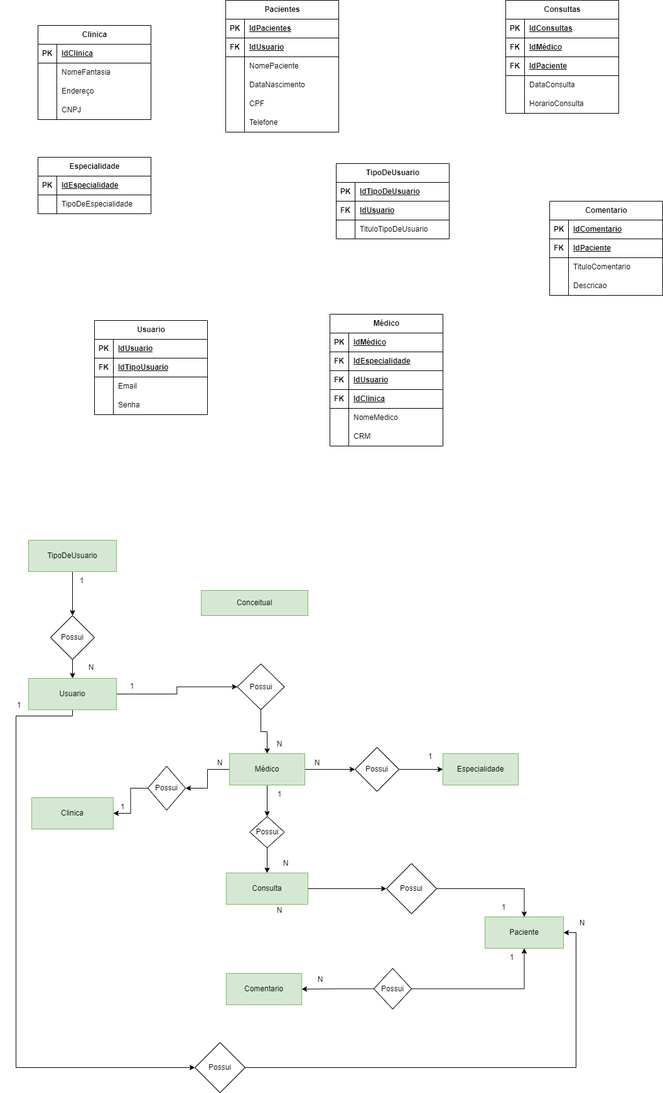
The draw.io diagram Event +/Diagrama sem nome.drawio (1).png in ngoteus/senai_sprrint1, before a commit. Source tidied: cells renumbered, new cells last; positions are measured from the earlier drawing's top-left corner, leaving out a move shared by most shapes.
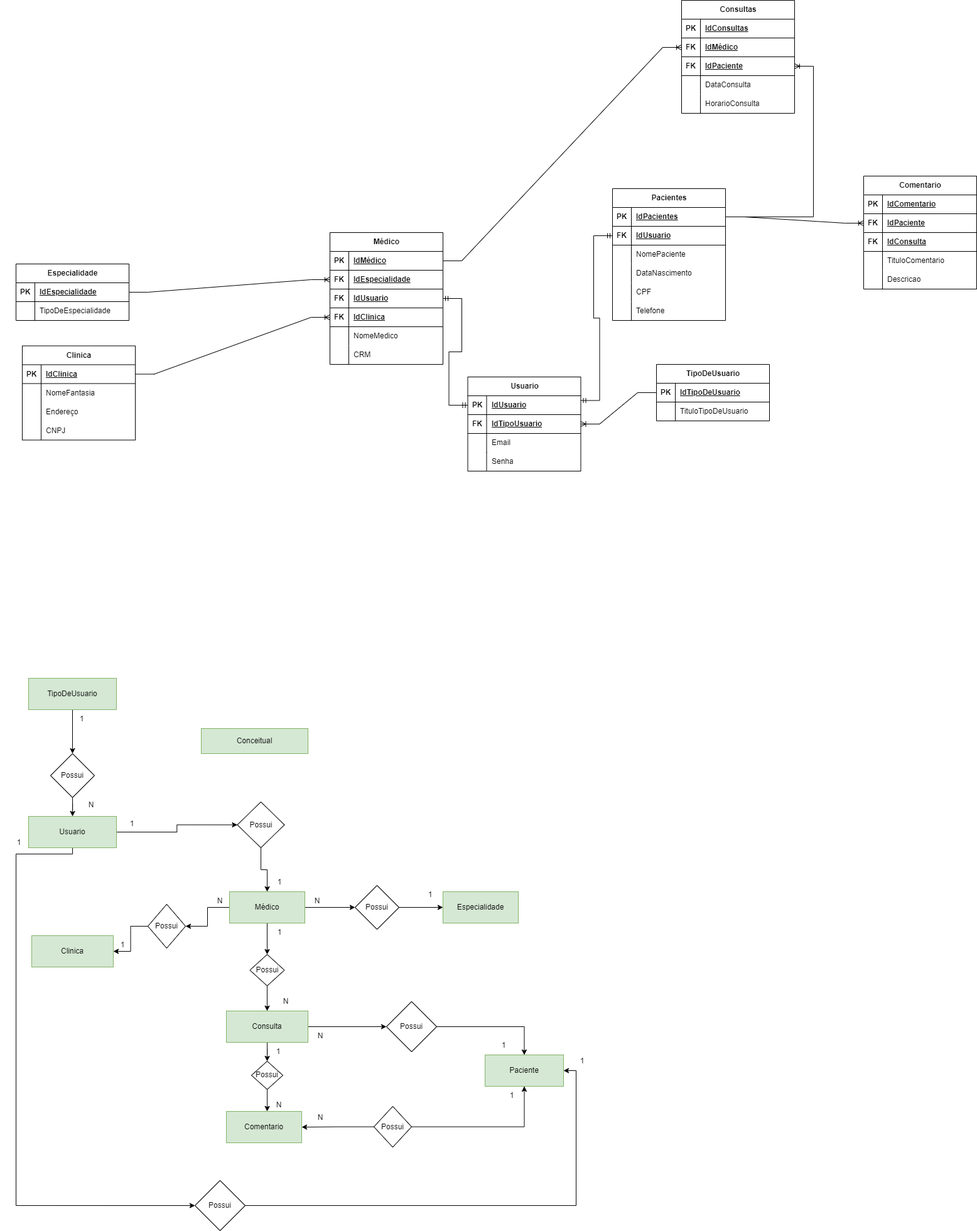
Above is the later version.

The edit, as a diff of the source:
```diff
@@ -47,6 +47,9 @@
     <mxCell id="14" style="edgeStyle=orthogonalEdgeStyle;rounded=0;jettySize=auto;html=1;" parent="1" edge="1" source="15" target="29">
       <mxGeometry relative="1" as="geometry" />
     </mxCell>
+    <mxCell id="161" style="edgeStyle=orthogonalEdgeStyle;rounded=0;jettySize=auto;html=1;" parent="1" edge="1" source="15" target="174">
+      <mxGeometry relative="1" as="geometry" />
+    </mxCell>
     <mxCell id="15" value="Consulta" style="rounded=0;whiteSpace=wrap;html=1;fillColor=#d5e8d4;strokeColor=#82b366;" parent="1" vertex="1">
       <mxGeometry x="360" y="1390" width="130" height="50" as="geometry" />
     </mxCell>
@@ -84,7 +87,7 @@
       <mxGeometry x="772" y="1430" width="60" height="30" as="geometry" />
     </mxCell>
     <mxCell id="27" value="N" style="text;html=1;strokeColor=none;fillColor=none;align=center;verticalAlign=middle;whiteSpace=wrap;rounded=0;" parent="1" vertex="1">
-      <mxGeometry x="425" y="1440" width="40" height="20" as="geometry" />
+      <mxGeometry x="490" y="1420" width="40" height="20" as="geometry" />
     </mxCell>
     <mxCell id="28" style="edgeStyle=orthogonalEdgeStyle;rounded=0;jettySize=auto;html=1;" parent="1" edge="1" source="29" target="25">
       <mxGeometry relative="1" as="geometry" />
@@ -129,7 +132,7 @@
       <mxGeometry x="655" y="1190" width="60" height="30" as="geometry" />
     </mxCell>
     <mxCell id="42" value="Especialidade" style="shape=table;startSize=30;rowLines=0;fontStyle=1;align=center;html=1;" parent="1" vertex="1">
-      <mxGeometry x="60" y="250" width="180" height="90" as="geometry" />
+      <mxGeometry x="25" y="200" width="180" height="90" as="geometry" />
     </mxCell>
     <mxCell id="43" style="shape=tableRow;horizontal=0;startSize=0;swimlaneHead=0;swimlaneBody=0;fillColor=none;points=[[0,0.5],[1,0.5]];portConstraint=eastwest;top=0;left=0;right=0;bottom=1;" parent="42" vertex="1">
       <mxGeometry y="30" width="180" height="30" as="geometry" />
@@ -158,14 +161,14 @@
     <mxCell id="51" value="1" style="text;html=1;strokeColor=none;fillColor=none;align=center;verticalAlign=middle;whiteSpace=wrap;rounded=0;" parent="1" vertex="1">
       <mxGeometry x="180" y="1077.5" width="60" height="30" as="geometry" />
     </mxCell>
-    <mxCell id="52" value="N" style="text;html=1;strokeColor=none;fillColor=none;align=center;verticalAlign=middle;whiteSpace=wrap;rounded=0;" parent="1" vertex="1">
+    <mxCell id="52" value="1" style="text;html=1;strokeColor=none;fillColor=none;align=center;verticalAlign=middle;whiteSpace=wrap;rounded=0;" parent="1" vertex="1">
       <mxGeometry x="415" y="1170" width="60" height="30" as="geometry" />
     </mxCell>
     <mxCell id="53" value="1" style="text;html=1;strokeColor=none;fillColor=none;align=center;verticalAlign=middle;whiteSpace=wrap;rounded=0;" parent="1" vertex="1">
       <mxGeometry x="785" y="1510" width="60" height="30" as="geometry" />
     </mxCell>
     <mxCell id="54" value="TipoDeUsuario" style="shape=table;startSize=30;rowLines=0;fontStyle=1;align=center;html=1;" parent="1" vertex="1">
-      <mxGeometry x="535" y="260" width="180" height="120" as="geometry" />
+      <mxGeometry x="1045" y="360" width="180" height="90" as="geometry" />
     </mxCell>
     <mxCell id="55" style="shape=tableRow;horizontal=0;startSize=0;swimlaneHead=0;swimlaneBody=0;fillColor=none;points=[[0,0.5],[1,0.5]];portConstraint=eastwest;top=0;left=0;right=0;bottom=1;" parent="54" vertex="1">
       <mxGeometry y="30" width="180" height="30" as="geometry" />
@@ -176,17 +179,8 @@
     <mxCell id="57" value="IdTipoDeUsuario" style="shape=partialRectangle;fillColor=none;top=0;left=0;bottom=0;right=0;align=left;spacingLeft=6;fontStyle=5;overflow=hidden;whiteSpace=wrap;html=1;" parent="55" vertex="1">
       <mxGeometry x="30" width="150" height="30" as="geometry" />
     </mxCell>
-    <mxCell id="58" style="shape=tableRow;horizontal=0;startSize=0;swimlaneHead=0;swimlaneBody=0;fillColor=none;top=0;left=0;right=0;bottom=1;" parent="54" vertex="1">
-      <mxGeometry y="60" width="180" height="30" as="geometry" />
-    </mxCell>
-    <mxCell id="59" value="FK" style="shape=partialRectangle;fillColor=none;top=0;left=0;bottom=0;right=0;fontStyle=1;overflow=hidden;whiteSpace=wrap;html=1;" parent="58" vertex="1">
-      <mxGeometry width="30" height="30" as="geometry" />
-    </mxCell>
-    <mxCell id="60" value="IdUsuario" style="shape=partialRectangle;fillColor=none;top=0;left=0;bottom=0;right=0;align=left;spacingLeft=6;fontStyle=5;overflow=hidden;whiteSpace=wrap;html=1;" parent="58" vertex="1">
-      <mxGeometry x="30" width="150" height="30" as="geometry" />
-    </mxCell>
     <mxCell id="61" style="shape=tableRow;horizontal=0;startSize=0;swimlaneHead=0;swimlaneBody=0;fillColor=none;top=0;left=0;right=0;bottom=0;" parent="54" vertex="1">
-      <mxGeometry y="90" width="180" height="30" as="geometry" />
+      <mxGeometry y="60" width="180" height="30" as="geometry" />
     </mxCell>
     <mxCell id="62" style="shape=partialRectangle;fillColor=none;top=0;left=0;bottom=0;right=0;overflow=hidden;whiteSpace=wrap;html=1;" parent="61" vertex="1">
       <mxGeometry width="30" height="30" as="geometry" />
@@ -195,7 +189,7 @@
       <mxGeometry x="30" width="150" height="30" as="geometry" />
     </mxCell>
     <mxCell id="64" value="Usuario" style="shape=table;startSize=30;rowLines=0;fontStyle=1;align=center;html=1;" parent="1" vertex="1">
-      <mxGeometry x="150" y="510" width="180" height="150" as="geometry" />
+      <mxGeometry x="744.5" y="380" width="180" height="150" as="geometry" />
     </mxCell>
     <mxCell id="65" style="shape=tableRow;horizontal=0;startSize=0;swimlaneHead=0;swimlaneBody=0;fillColor=none;points=[[0,0.5],[1,0.5]];portConstraint=eastwest;top=0;left=0;right=0;bottom=1;" parent="64" vertex="1">
       <mxGeometry y="30" width="180" height="30" as="geometry" />
@@ -240,7 +234,7 @@
       <mxGeometry x="310" y="1660" width="80" height="80" as="geometry" />
     </mxCell>
     <mxCell id="79" value="Clinica" style="shape=table;startSize=30;rowLines=0;fontStyle=1;align=center;html=1;" parent="1" vertex="1">
-      <mxGeometry x="60" y="40" width="180" height="150" as="geometry" />
+      <mxGeometry x="35" y="330.5" width="180" height="150" as="geometry" />
     </mxCell>
     <mxCell id="80" style="shape=tableRow;horizontal=0;startSize=0;swimlaneHead=0;swimlaneBody=0;fillColor=none;points=[[0,0.5],[1,0.5]];portConstraint=eastwest;top=0;left=0;right=0;bottom=1;" parent="79" vertex="1">
       <mxGeometry y="30" width="180" height="30" as="geometry" />
@@ -279,7 +273,7 @@
       <mxGeometry x="30" width="150" height="30" as="geometry" />
     </mxCell>
     <mxCell id="92" value="Pacientes" style="shape=table;startSize=30;rowLines=0;fontStyle=1;align=center;html=1;" parent="1" vertex="1">
-      <mxGeometry x="359" width="180" height="210" as="geometry" />
+      <mxGeometry x="975" y="80" width="180" height="210" as="geometry" />
     </mxCell>
     <mxCell id="93" style="shape=tableRow;horizontal=0;startSize=0;swimlaneHead=0;swimlaneBody=0;fillColor=none;points=[[0,0.5],[1,0.5]];portConstraint=eastwest;top=0;left=0;right=0;bottom=1;" parent="92" vertex="1">
       <mxGeometry y="30" width="180" height="30" as="geometry" />
@@ -335,14 +329,14 @@
     <mxCell id="110" value="Telefone" style="shape=partialRectangle;fillColor=none;top=0;left=0;bottom=0;right=0;align=left;spacingLeft=6;overflow=hidden;whiteSpace=wrap;html=1;" parent="108" vertex="1">
       <mxGeometry x="30" width="150" height="30" as="geometry" />
     </mxCell>
-    <mxCell id="111" value="N" style="text;html=1;strokeColor=none;fillColor=none;align=center;verticalAlign=middle;whiteSpace=wrap;rounded=0;" parent="1" vertex="1">
+    <mxCell id="111" value="1" style="text;html=1;strokeColor=none;fillColor=none;align=center;verticalAlign=middle;whiteSpace=wrap;rounded=0;" parent="1" vertex="1">
       <mxGeometry x="897" y="1455" width="60" height="30" as="geometry" />
     </mxCell>
     <mxCell id="112" value="1" style="text;html=1;strokeColor=none;fillColor=none;align=center;verticalAlign=middle;whiteSpace=wrap;rounded=0;" parent="1" vertex="1">
       <mxGeometry y="1107.5" width="60" height="30" as="geometry" />
     </mxCell>
     <mxCell id="113" value="Médico" style="shape=table;startSize=30;rowLines=0;fontStyle=1;align=center;html=1;" parent="1" vertex="1">
-      <mxGeometry x="525" y="500" width="180" height="210" as="geometry" />
+      <mxGeometry x="525" y="150" width="180" height="210" as="geometry" />
     </mxCell>
     <mxCell id="114" style="shape=tableRow;horizontal=0;startSize=0;swimlaneHead=0;swimlaneBody=0;fillColor=none;points=[[0,0.5],[1,0.5]];portConstraint=eastwest;top=0;left=0;right=0;bottom=1;" parent="113" vertex="1">
       <mxGeometry y="30" width="180" height="30" as="geometry" />
@@ -399,7 +393,7 @@
       <mxGeometry x="30" width="150" height="30" as="geometry" />
     </mxCell>
     <mxCell id="132" value="Consultas" style="shape=table;startSize=30;rowLines=0;fontStyle=1;align=center;html=1;" parent="1" vertex="1">
-      <mxGeometry x="805" width="180" height="180" as="geometry" />
+      <mxGeometry x="1085" y="-220" width="180" height="180" as="geometry" />
     </mxCell>
     <mxCell id="133" style="shape=tableRow;horizontal=0;startSize=0;swimlaneHead=0;swimlaneBody=0;fillColor=none;top=0;left=0;right=0;bottom=1;" parent="132" vertex="1">
       <mxGeometry y="30" width="180" height="30" as="geometry" />
@@ -447,7 +441,7 @@
       <mxGeometry x="30" width="150" height="30" as="geometry" />
     </mxCell>
     <mxCell id="148" value="Comentario" style="shape=table;startSize=30;rowLines=0;fontStyle=1;align=center;html=1;" parent="1" vertex="1">
-      <mxGeometry x="875" y="320" width="180" height="150" as="geometry" />
+      <mxGeometry x="1375" y="60" width="180" height="180" as="geometry" />
     </mxCell>
     <mxCell id="149" style="shape=tableRow;horizontal=0;startSize=0;swimlaneHead=0;swimlaneBody=0;fillColor=none;points=[[0,0.5],[1,0.5]];portConstraint=eastwest;top=0;left=0;right=0;bottom=1;" parent="148" vertex="1">
       <mxGeometry y="30" width="180" height="30" as="geometry" />
@@ -467,8 +461,17 @@
     <mxCell id="154" value="IdPaciente" style="shape=partialRectangle;fillColor=none;top=0;left=0;bottom=0;right=0;align=left;spacingLeft=6;fontStyle=5;overflow=hidden;whiteSpace=wrap;html=1;" parent="152" vertex="1">
       <mxGeometry x="30" width="150" height="30" as="geometry" />
     </mxCell>
+    <mxCell id="162" style="shape=tableRow;horizontal=0;startSize=0;swimlaneHead=0;swimlaneBody=0;fillColor=none;top=0;left=0;right=0;bottom=1;" parent="148" vertex="1">
+      <mxGeometry y="90" width="180" height="30" as="geometry" />
+    </mxCell>
+    <mxCell id="59" value="FK" style="shape=partialRectangle;fillColor=none;top=0;left=0;bottom=0;right=0;fontStyle=1;overflow=hidden;whiteSpace=wrap;html=1;" parent="162" vertex="1">
+      <mxGeometry width="30" height="30" as="geometry" />
+    </mxCell>
+    <mxCell id="163" value="IdConsulta" style="shape=partialRectangle;fillColor=none;top=0;left=0;bottom=0;right=0;align=left;spacingLeft=6;fontStyle=5;overflow=hidden;whiteSpace=wrap;html=1;" parent="162" vertex="1">
+      <mxGeometry x="30" width="150" height="30" as="geometry" />
+    </mxCell>
     <mxCell id="155" style="shape=tableRow;horizontal=0;startSize=0;swimlaneHead=0;swimlaneBody=0;fillColor=none;top=0;left=0;right=0;bottom=0;" parent="148" vertex="1">
-      <mxGeometry y="90" width="180" height="30" as="geometry" />
+      <mxGeometry y="120" width="180" height="30" as="geometry" />
     </mxCell>
     <mxCell id="156" style="shape=partialRectangle;fillColor=none;top=0;left=0;bottom=0;right=0;overflow=hidden;whiteSpace=wrap;html=1;" parent="155" vertex="1">
       <mxGeometry width="30" height="30" as="geometry" />
@@ -477,7 +480,7 @@
       <mxGeometry x="30" width="150" height="30" as="geometry" />
     </mxCell>
     <mxCell id="158" style="shape=tableRow;horizontal=0;startSize=0;swimlaneHead=0;swimlaneBody=0;fillColor=none;top=0;left=0;right=0;bottom=0;" parent="148" vertex="1">
-      <mxGeometry y="120" width="180" height="30" as="geometry" />
+      <mxGeometry y="150" width="180" height="30" as="geometry" />
     </mxCell>
     <mxCell id="159" style="shape=partialRectangle;fillColor=none;top=0;left=0;bottom=0;right=0;overflow=hidden;whiteSpace=wrap;html=1;" parent="158" vertex="1">
       <mxGeometry width="30" height="30" as="geometry" />
@@ -485,5 +488,57 @@
     <mxCell id="160" value="Descricao" style="shape=partialRectangle;fillColor=none;top=0;left=0;bottom=0;right=0;align=left;spacingLeft=6;overflow=hidden;whiteSpace=wrap;html=1;" parent="158" vertex="1">
       <mxGeometry x="30" width="150" height="30" as="geometry" />
     </mxCell>
+    <mxCell id="164" style="edgeStyle=entityRelationEdgeStyle;fontSize=12;html=1;endArrow=ERoneToMany;rounded=0;exitX=1;exitY=0.5;exitDx=0;exitDy=0;" parent="1" edge="1" source="43" target="117">
+      <mxGeometry relative="1" as="geometry" />
+    </mxCell>
+    <mxCell id="165" style="edgeStyle=entityRelationEdgeStyle;fontSize=12;html=1;endArrow=ERoneToMany;rounded=0;entryX=1;entryY=0.5;entryDx=0;entryDy=0;exitX=0;exitY=0.5;exitDx=0;exitDy=0;" parent="1" edge="1" source="55" target="68">
+      <mxGeometry relative="1" as="geometry" />
+    </mxCell>
+    <mxCell id="166" style="edgeStyle=entityRelationEdgeStyle;fontSize=12;html=1;endArrow=ERoneToMany;rounded=0;exitX=1;exitY=0.5;exitDx=0;exitDy=0;" parent="1" edge="1" source="93" target="139">
+      <mxGeometry relative="1" as="geometry" />
+    </mxCell>
+    <mxCell id="167" style="edgeStyle=entityRelationEdgeStyle;fontSize=12;html=1;endArrow=ERoneToMany;rounded=0;entryX=0;entryY=0.5;entryDx=0;entryDy=0;" parent="1" edge="1" source="80" target="123">
+      <mxGeometry relative="1" as="geometry" />
+    </mxCell>
+    <mxCell id="168" style="edgeStyle=entityRelationEdgeStyle;fontSize=12;html=1;endArrow=ERoneToMany;rounded=0;exitX=1;exitY=0.5;exitDx=0;exitDy=0;entryX=0;entryY=0.5;entryDx=0;entryDy=0;" parent="1" edge="1" source="114" target="136">
+      <mxGeometry relative="1" as="geometry" />
+    </mxCell>
+    <mxCell id="169" style="edgeStyle=entityRelationEdgeStyle;fontSize=12;html=1;endArrow=ERoneToMany;rounded=0;entryX=0;entryY=0.5;entryDx=0;entryDy=0;exitX=1;exitY=0.5;exitDx=0;exitDy=0;" parent="1" edge="1" source="93" target="152">
+      <mxGeometry relative="1" as="geometry" />
+    </mxCell>
+    <mxCell id="170" style="edgeStyle=entityRelationEdgeStyle;fontSize=12;html=1;endArrow=ERoneToMany;rounded=0;entryX=1;entryY=0.5;entryDx=0;entryDy=0;exitX=0;exitY=0.5;exitDx=0;exitDy=0;" parent="1" edge="1" source="149" target="x">
+      <mxGeometry relative="1" as="geometry" />
+    </mxCell>
+    <mxCell id="171" style="edgeStyle=entityRelationEdgeStyle;fontSize=12;html=1;endArrow=ERmandOne;startArrow=ERmandOne;rounded=0;exitX=0;exitY=0.5;exitDx=0;exitDy=0;entryX=1;entryY=0.5;entryDx=0;entryDy=0;" parent="1" edge="1" source="65" target="120">
+      <mxGeometry relative="1" as="geometry">
+        <Array as="points">
+          <mxPoint x="95" y="510" />
+          <mxPoint x="435" y="300" />
+          <mxPoint x="495" y="370" />
+          <mxPoint x="505" y="380" />
+          <mxPoint x="475" y="320" />
+        </Array>
+      </mxGeometry>
+    </mxCell>
+    <mxCell id="172" style="edgeStyle=entityRelationEdgeStyle;fontSize=12;html=1;endArrow=ERmandOne;startArrow=ERmandOne;rounded=0;entryX=0;entryY=0.5;entryDx=0;entryDy=0;exitX=1;exitY=0.25;exitDx=0;exitDy=0;" parent="1" edge="1" source="64" target="96">
+      <mxGeometry relative="1" as="geometry" />
+    </mxCell>
+    <mxCell id="173" style="edgeStyle=orthogonalEdgeStyle;rounded=0;jettySize=auto;html=1;" parent="1" edge="1" source="174">
+      <mxGeometry relative="1" as="geometry">
+        <mxPoint x="425" y="1550" as="targetPoint" />
+        <Array as="points">
+          <mxPoint x="425" y="1550" />
+        </Array>
+      </mxGeometry>
+    </mxCell>
+    <mxCell id="174" value="Possui" style="rhombus;whiteSpace=wrap;html=1;" parent="1" vertex="1">
+      <mxGeometry x="400" y="1470" width="50" height="45" as="geometry" />
+    </mxCell>
+    <mxCell id="175" value="1" style="text;html=1;strokeColor=none;fillColor=none;align=center;verticalAlign=middle;whiteSpace=wrap;rounded=0;" parent="1" vertex="1">
+      <mxGeometry x="423" y="1440" width="40" height="30" as="geometry" />
+    </mxCell>
+    <mxCell id="176" value="N" style="text;html=1;strokeColor=none;fillColor=none;align=center;verticalAlign=middle;whiteSpace=wrap;rounded=0;" parent="1" vertex="1">
+      <mxGeometry x="425" y="1530" width="38" height="20" as="geometry" />
+    </mxCell>
   </root>
 </mxGraphModel>
```
